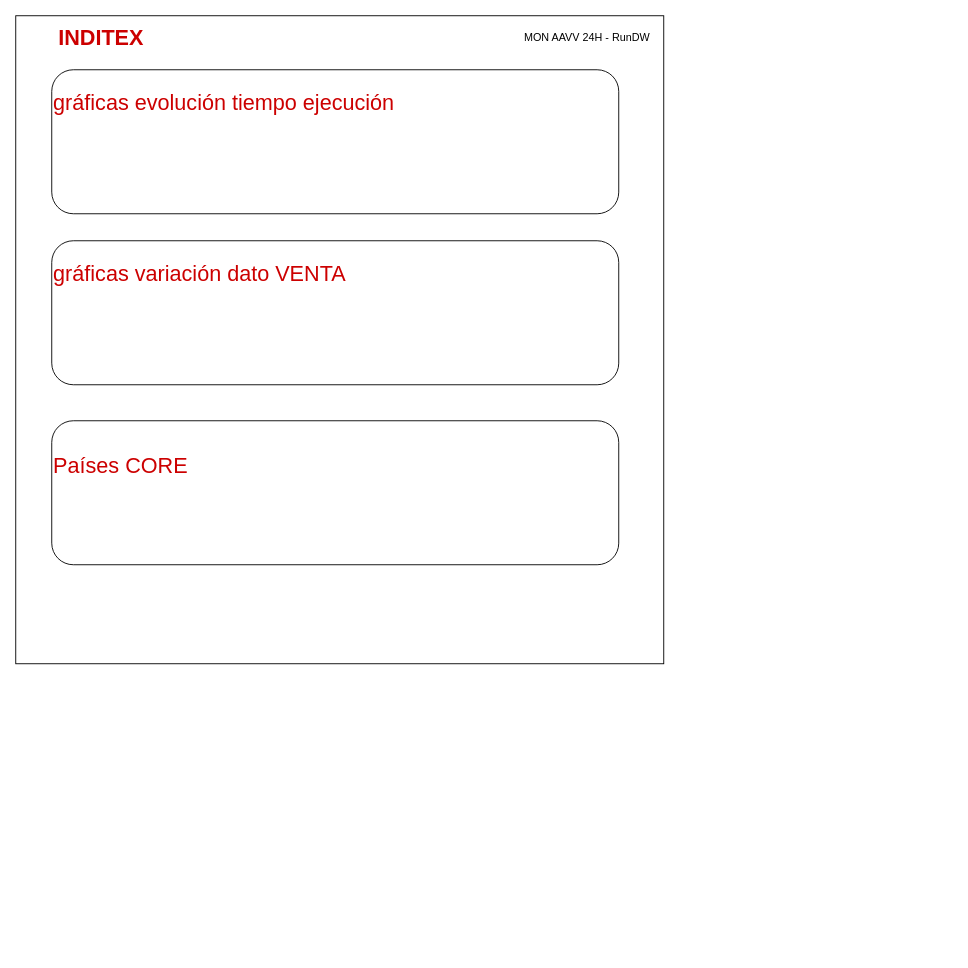
This is Mockup_AAVV24h.drawio from efmpacheco/DIAGRAMS, a draw.io file, before an edit. Source tidied: cells renumbered, new cells numbered last; positions are measured from the earlier drawing's top-left corner, leaving out a move shared by most shapes. Both pictures are drawn from the tidied source at 90%, with x=0, y=0 at pixel (15, 15).
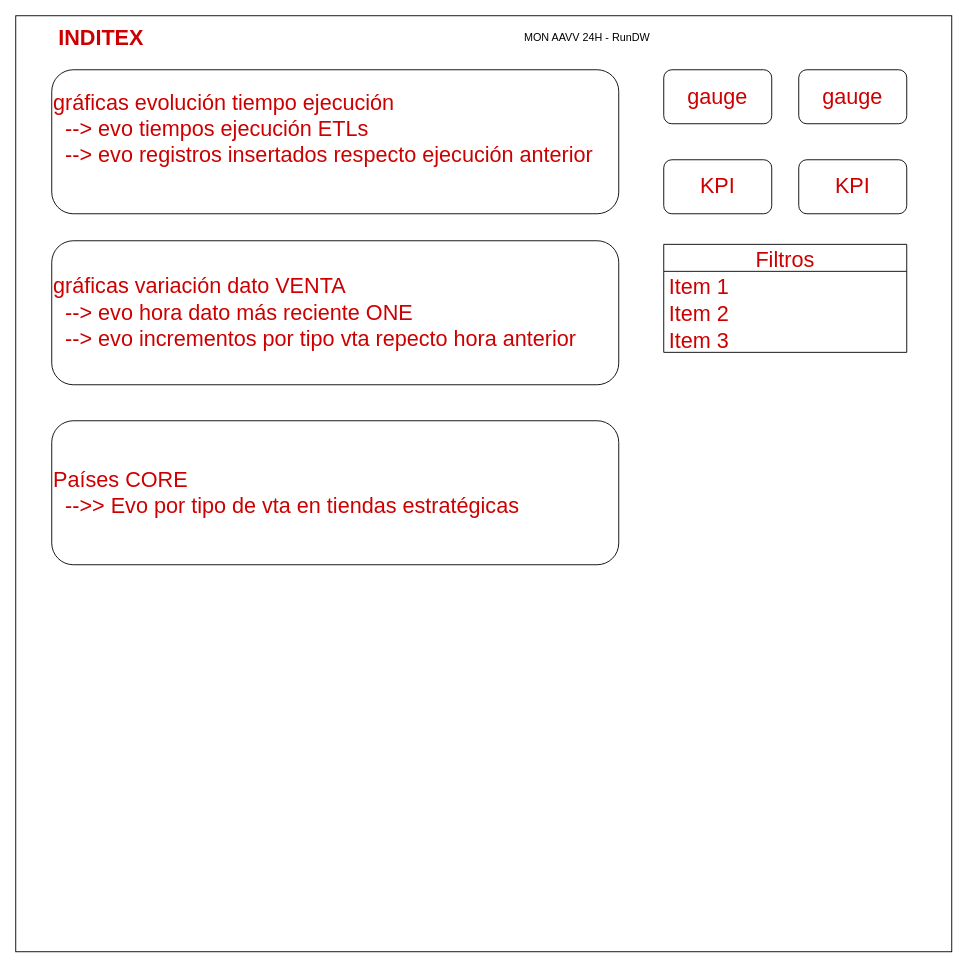
The same page after the edit.

Diff of the diagram source:
```diff
@@
 <mxGraphModel>
   <root>
     <mxCell id="0" />
     <mxCell id="1" parent="0" />
     <mxCell id="2" style="whiteSpace=wrap;html=1;" parent="1" vertex="1">
-      <mxGeometry width="720" height="720" as="geometry" />
+      <mxGeometry width="1040" height="1040" as="geometry" />
     </mxCell>
     <mxCell id="3" value="MON AAVV 24H - RunDW" style="text;html=1;strokeColor=none;fillColor=none;align=center;verticalAlign=middle;whiteSpace=wrap;rounded=0;" parent="1" vertex="1">
       <mxGeometry x="560" y="10" width="150" height="30" as="geometry" />
     </mxCell>
     <mxCell id="4" value="INDITEX" style="text;html=1;align=center;verticalAlign=middle;whiteSpace=wrap;rounded=0;fontStyle=1;fontSize=24;fontColor=#CC0000;" parent="1" vertex="1">
       <mxGeometry x="20" y="10" width="150" height="30" as="geometry" />
     </mxCell>
-    <mxCell id="5" value="gráficas evolución tiempo ejecución&lt;br&gt;&lt;br&gt;&lt;br&gt;&lt;br&gt;" style="rounded=1;whiteSpace=wrap;html=1;fontSize=24;fontColor=#CC0000;align=left;" parent="1" vertex="1">
+    <mxCell id="5" value="gráficas evolución tiempo ejecución&lt;br&gt;&amp;nbsp; --&amp;gt; evo tiempos ejecución ETLs&lt;br&gt;&amp;nbsp; --&amp;gt; evo registros insertados respecto ejecución anterior&lt;br&gt;&lt;br&gt;" style="rounded=1;whiteSpace=wrap;html=1;fontSize=24;fontColor=#CC0000;align=left;" parent="1" vertex="1">
       <mxGeometry x="40" y="60" width="630" height="160" as="geometry" />
     </mxCell>
-    <mxCell id="6" value="gráficas variación dato VENTA&lt;br&gt;&lt;br&gt;&lt;br&gt;&lt;br&gt;" style="rounded=1;whiteSpace=wrap;html=1;fontSize=24;fontColor=#CC0000;align=left;" parent="1" vertex="1">
+    <mxCell id="6" value="gráficas variación dato VENTA&lt;br&gt;&amp;nbsp; --&amp;gt; evo hora dato más reciente ONE&lt;br&gt;&amp;nbsp; --&amp;gt; evo incrementos por tipo vta repecto hora anterior&lt;br&gt;" style="rounded=1;whiteSpace=wrap;html=1;fontSize=24;fontColor=#CC0000;align=left;" parent="1" vertex="1">
       <mxGeometry x="40" y="250" width="630" height="160" as="geometry" />
     </mxCell>
-    <mxCell id="7" value="Países CORE&lt;br&gt;&lt;br&gt;&lt;br&gt;" style="rounded=1;whiteSpace=wrap;html=1;fontSize=24;fontColor=#CC0000;align=left;" parent="1" vertex="1">
+    <mxCell id="7" value="Países CORE&lt;br&gt;&amp;nbsp; --&amp;gt;&amp;gt; Evo por tipo de vta en tiendas estratégicas&lt;br&gt;" style="rounded=1;whiteSpace=wrap;html=1;fontSize=24;fontColor=#CC0000;align=left;" parent="1" vertex="1">
       <mxGeometry x="40" y="450" width="630" height="160" as="geometry" />
     </mxCell>
+    <mxCell id="8" value="gauge" style="rounded=1;whiteSpace=wrap;html=1;fontSize=24;fontColor=#CC0000;" parent="1" vertex="1">
+      <mxGeometry x="720" y="60" width="120" height="60" as="geometry" />
+    </mxCell>
+    <mxCell id="9" value="KPI" style="rounded=1;whiteSpace=wrap;html=1;fontSize=24;fontColor=#CC0000;" parent="1" vertex="1">
+      <mxGeometry x="870" y="160" width="120" height="60" as="geometry" />
+    </mxCell>
+    <mxCell id="10" value="gauge" style="rounded=1;whiteSpace=wrap;html=1;fontSize=24;fontColor=#CC0000;" parent="1" vertex="1">
+      <mxGeometry x="870" y="60" width="120" height="60" as="geometry" />
+    </mxCell>
+    <mxCell id="11" value="KPI" style="rounded=1;whiteSpace=wrap;html=1;fontSize=24;fontColor=#CC0000;" parent="1" vertex="1">
+      <mxGeometry x="720" y="160" width="120" height="60" as="geometry" />
+    </mxCell>
+    <mxCell id="12" value="Filtros" style="swimlane;fontStyle=0;horizontal=1;startSize=30;fontSize=24;fontColor=#CC0000;" parent="1" vertex="1">
+      <mxGeometry x="720" y="254" width="270" height="120" as="geometry" />
+    </mxCell>
+    <mxCell id="13" value="Item 1" style="text;strokeColor=none;fillColor=none;align=left;verticalAlign=middle;spacingLeft=4;spacingRight=4;overflow=hidden;fontSize=24;fontColor=#CC0000;" parent="12" vertex="1">
+      <mxGeometry y="30" width="270" height="30" as="geometry" />
+    </mxCell>
+    <mxCell id="14" value="Item 2" style="text;strokeColor=none;fillColor=none;align=left;verticalAlign=middle;spacingLeft=4;spacingRight=4;overflow=hidden;fontSize=24;fontColor=#CC0000;" parent="12" vertex="1">
+      <mxGeometry y="60" width="270" height="30" as="geometry" />
+    </mxCell>
+    <mxCell id="15" value="Item 3" style="text;strokeColor=none;fillColor=none;align=left;verticalAlign=middle;spacingLeft=4;spacingRight=4;overflow=hidden;fontSize=24;fontColor=#CC0000;" parent="12" vertex="1">
+      <mxGeometry y="90" width="270" height="30" as="geometry" />
+    </mxCell>
   </root>
 </mxGraphModel>
```
